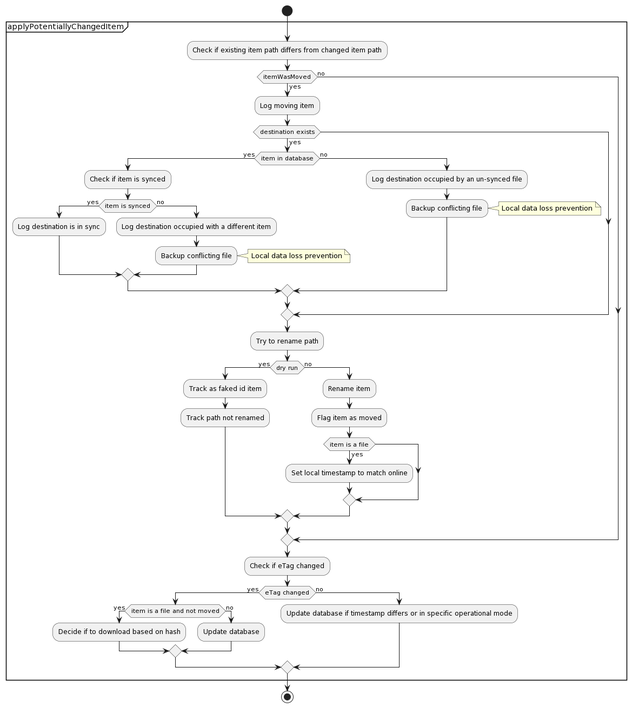
The PlantUML diagram docs/puml/applyPotentiallyChangedItem.png in abraunegg/onedrive, before a commit.
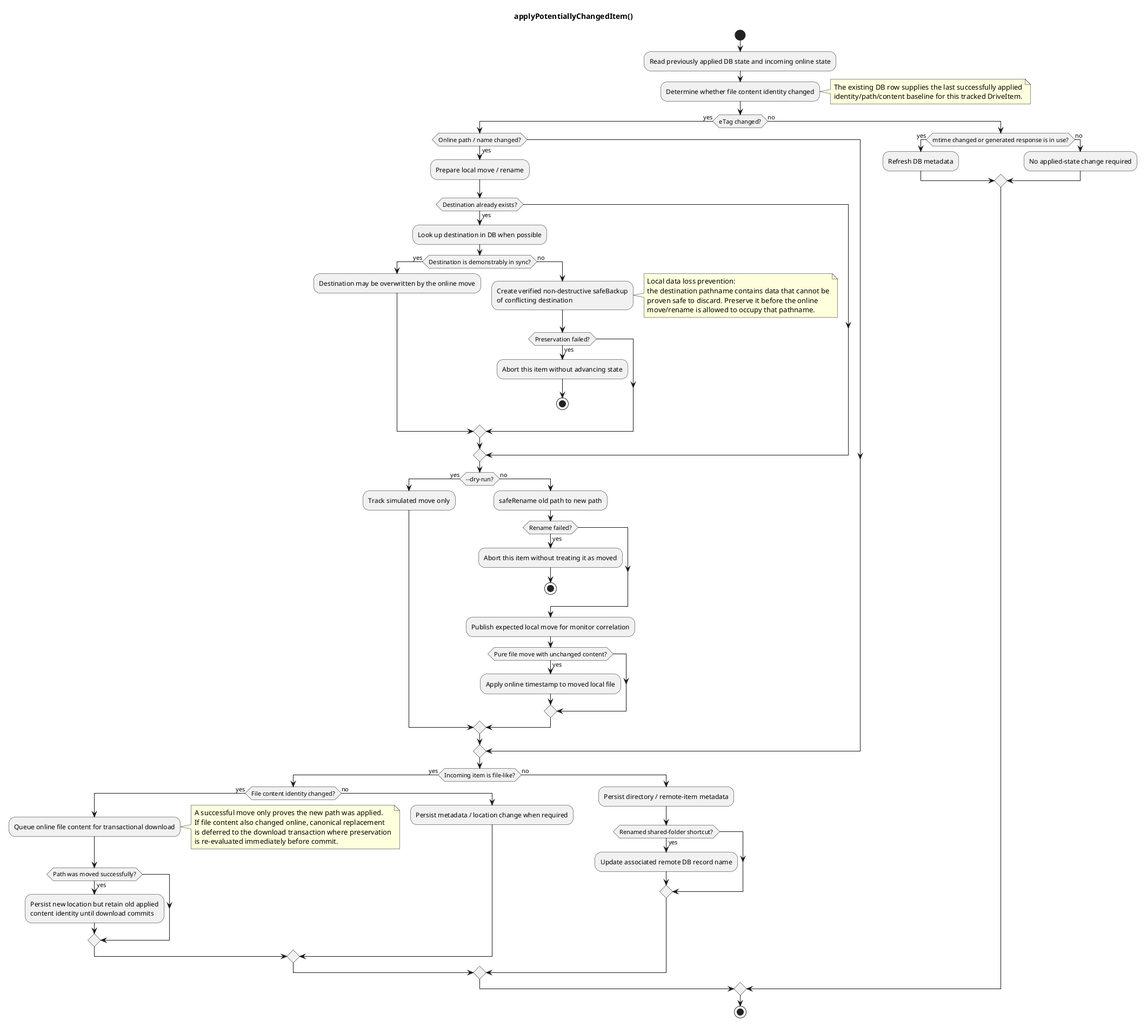
The same diagram one commit later.

The edit, as a diff of the source:
```diff
@@ -1,48 +1,79 @@
 @startuml
+title applyPotentiallyChangedItem()
 start
-partition "applyPotentiallyChangedItem" {
-  :Check if existing item path differs from changed item path;
-  if (itemWasMoved) then (yes)
-    :Log moving item;
-    if (destination exists) then (yes)
-      if (item in database) then (yes)
-        :Check if item is synced;
-        if (item is synced) then (yes)
-          :Log destination is in sync;
-        else (no)
-          :Log destination occupied with a different item;
-          :Backup conflicting file;
-          note right: Local data loss prevention
+
+:Read previously applied DB state and incoming online state;
+:Determine whether file content identity changed;
+note right
+  The existing DB row supplies the last successfully applied
+  identity/path/content baseline for this tracked DriveItem.
+end note
+
+if (eTag changed?) then (yes)
+  if (Online path / name changed?) then (yes)
+    :Prepare local move / rename;
+    if (Destination already exists?) then (yes)
+      :Look up destination in DB when possible;
+      if (Destination is demonstrably in sync?) then (yes)
+        :Destination may be overwritten by the online move;
+      else (no)
+        :Create verified non-destructive safeBackup\nof conflicting destination;
+        note right
+          Local data loss prevention:
+          the destination pathname contains data that cannot be
+          proven safe to discard. Preserve it before the online
+          move/rename is allowed to occupy that pathname.
+        end note
+        if (Preservation failed?) then (yes)
+          :Abort this item without advancing state;
+          stop
         endif
-      else (no)
-        :Log destination occupied by an un-synced file;
-        :Backup conflicting file;
-        note right: Local data loss prevention
       endif
     endif
-    :Try to rename path;
-    if (dry run) then (yes)
-      :Track as faked id item;
-      :Track path not renamed;
+
+    if (~--dry-run?) then (yes)
+      :Track simulated move only;
     else (no)
-      :Rename item;
-      :Flag item as moved;
-      if (item is a file) then (yes)
-        :Set local timestamp to match online;
+      :safeRename old path to new path;
+      if (Rename failed?) then (yes)
+        :Abort this item without treating it as moved;
+        stop
+      endif
+      :Publish expected local move for monitor correlation;
+      if (Pure file move with unchanged content?) then (yes)
+        :Apply online timestamp to moved local file;
       endif
     endif
-  else (no)
   endif
-  :Check if eTag changed;
-  if (eTag changed) then (yes)
-    if (item is a file and not moved) then (yes)
-      :Decide if to download based on hash;
+
+  if (Incoming item is file-like?) then (yes)
+    if (File content identity changed?) then (yes)
+      :Queue online file content for transactional download;
+      note right
+        A successful move only proves the new path was applied.
+        If file content also changed online, canonical replacement
+        is deferred to the download transaction where preservation
+        is re-evaluated immediately before commit.
+      end note
+      if (Path was moved successfully?) then (yes)
+        :Persist new location but retain old applied\ncontent identity until download commits;
+      endif
     else (no)
-      :Update database;
+      :Persist metadata / location change when required;
     endif
   else (no)
-    :Update database if timestamp differs or in specific operational mode;
+    :Persist directory / remote-item metadata;
+    if (Renamed shared-folder shortcut?) then (yes)
+      :Update associated remote DB record name;
+    endif
   endif
-}
+else (no)
+  if (mtime changed or generated response is in use?) then (yes)
+    :Refresh DB metadata;
+  else (no)
+    :No applied-state change required;
+  endif
+endif
+
 stop
 @enduml
```
